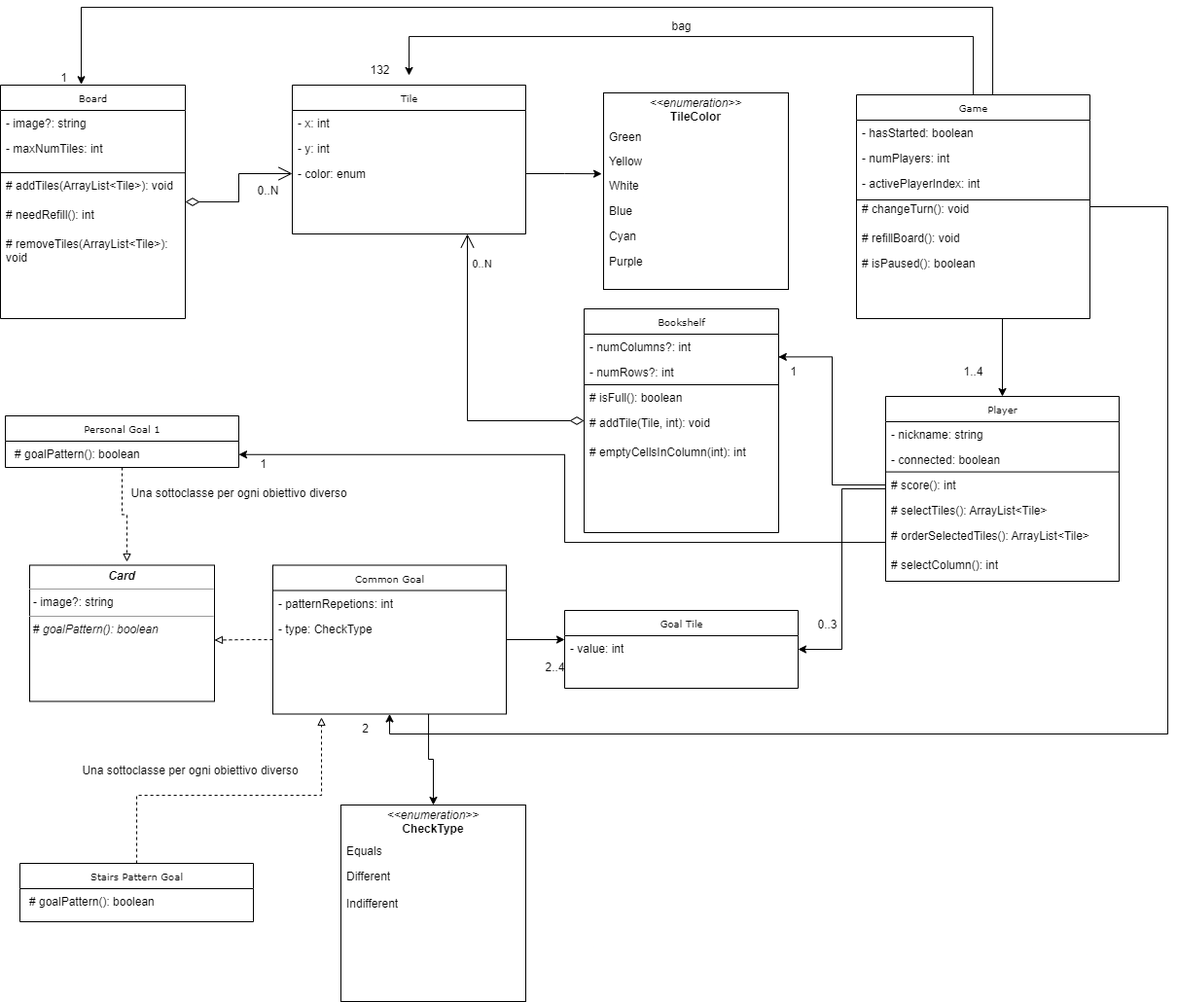
This is UML Diagram.png from zizzeroni/ing-sw-2023-rovelli-pessina-riccardi-tosetti, a draw.io export, as it was before one commit. Source tidied: cells renumbered, new cells last; positions are measured from the earlier drawing's top-left corner, leaving out a move shared by most shapes.
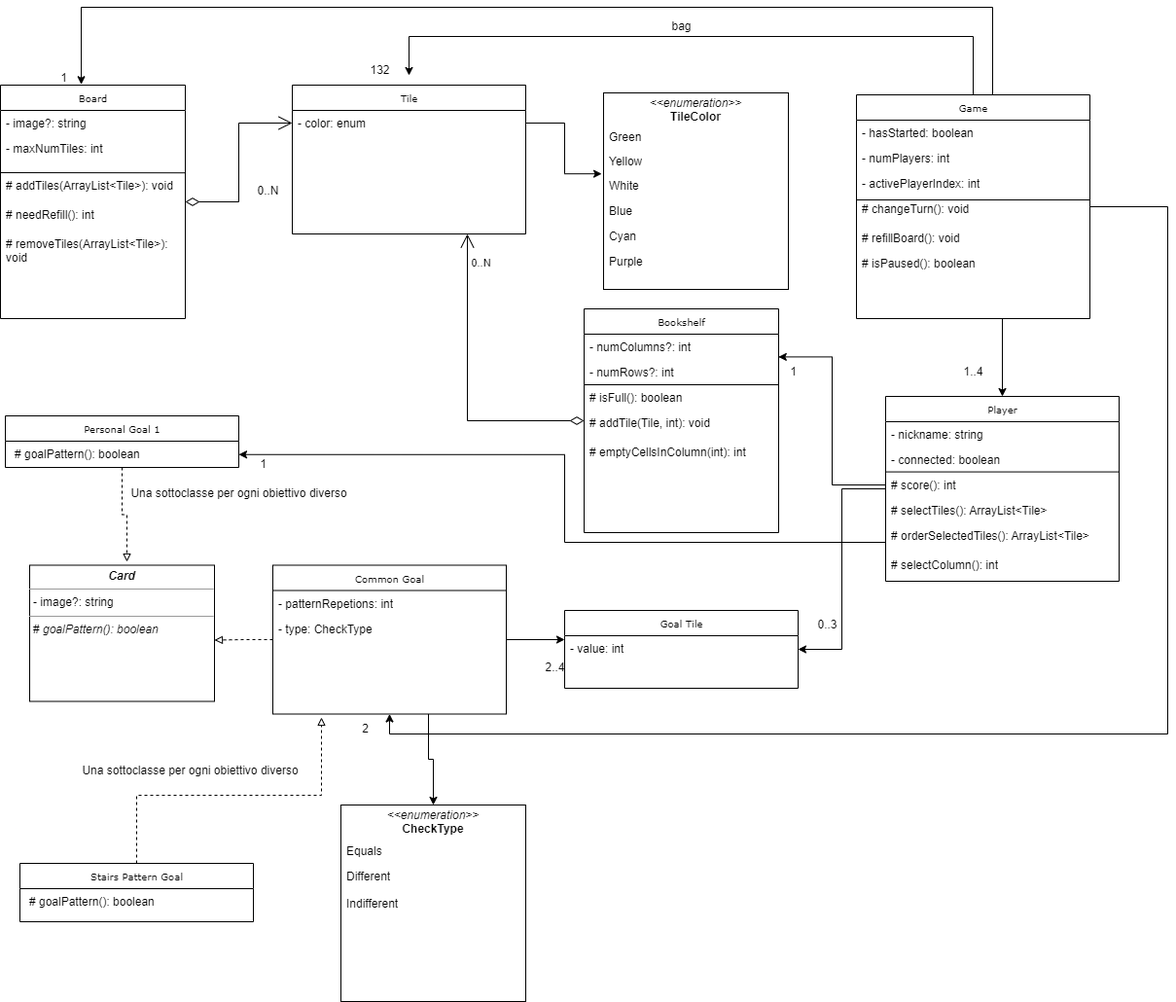
Later version of the same file.

Commit message:
Immagine aggiornata dell'UML

The edit, as a diff of the source:
```diff
@@ -32,14 +32,8 @@
     <mxCell id="10" value="Tile" style="swimlane;html=1;fontStyle=0;horizontal=1;startSize=26;fillColor=none;swimlaneFillColor=#ffffff;rounded=0;shadow=0;comic=0;labelBackgroundColor=none;strokeWidth=1;fontFamily=Verdana;fontSize=10;align=center;" parent="1" vertex="1">
       <mxGeometry x="300" y="80" width="240" height="153" as="geometry" />
     </mxCell>
-    <mxCell id="11" value="- x: int" style="text;html=1;strokeColor=none;fillColor=none;align=left;verticalAlign=top;spacingLeft=4;spacingRight=4;whiteSpace=wrap;overflow=hidden;" parent="10" vertex="1">
-      <mxGeometry y="26" width="240" height="26" as="geometry" />
-    </mxCell>
-    <mxCell id="12" value="- y: int" style="text;html=1;strokeColor=none;fillColor=none;align=left;verticalAlign=top;spacingLeft=4;spacingRight=4;whiteSpace=wrap;overflow=hidden;" parent="10" vertex="1">
-      <mxGeometry y="52" width="240" height="26" as="geometry" />
-    </mxCell>
     <mxCell id="13" value="- color: enum" style="text;html=1;strokeColor=none;fillColor=none;align=left;verticalAlign=top;spacingLeft=4;spacingRight=4;whiteSpace=wrap;overflow=hidden;points=[[0,0.5],[1,0.5]];portConstraint=eastwest;" parent="10" vertex="1">
-      <mxGeometry y="78" width="240" height="26" as="geometry" />
+      <mxGeometry y="26" width="240" height="26" as="geometry" />
     </mxCell>
     <mxCell id="14" value="&lt;p style=&quot;margin:0px;margin-top:4px;text-align:center;&quot;&gt;&lt;i&gt;&amp;lt;&amp;lt;enumeration&amp;gt;&amp;gt;&lt;/i&gt;&lt;br&gt;&lt;b&gt;TileColor&lt;/b&gt;&lt;/p&gt;" style="verticalAlign=top;align=left;overflow=fill;fontSize=12;fontFamily=Helvetica;html=1;rounded=0;shadow=0;comic=0;labelBackgroundColor=none;strokeWidth=1;" parent="1" vertex="1">
       <mxGeometry x="620" y="88" width="190" height="202" as="geometry" />
```
